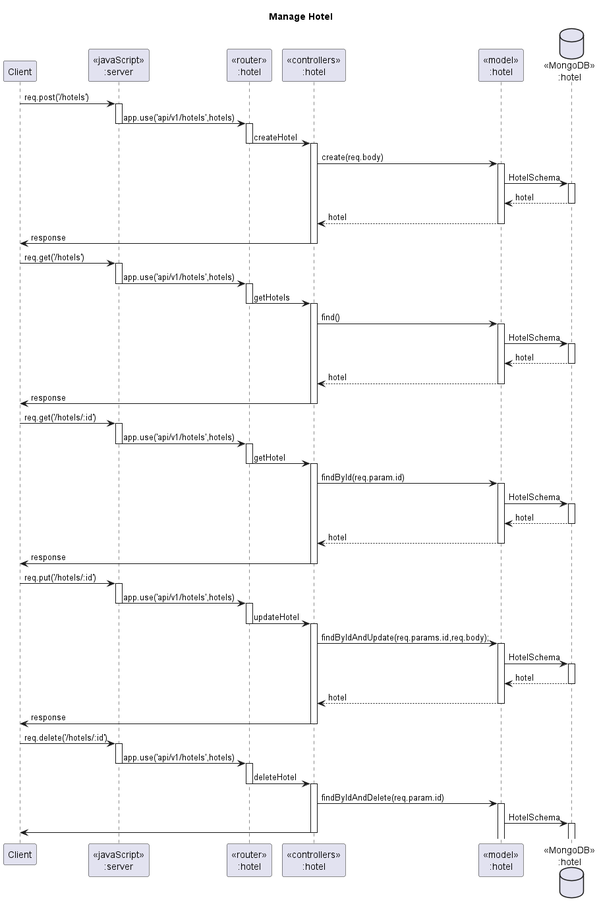
Earlier version of the PlantUML export WTFuml/out/HotelSequence/Manage Hotel.png (JongSinister/WTFramework). Its diagram source:
```plantuml
@startuml Manage Hotel

title "Manage Hotel"

participant "Client" as client
participant "<<javaScript>>\n:server" as server
participant "<<router>>\n:hotel" as auth
participant "<<controllers>>\n:hotel" as controllerHotels
participant "<<model>>\n:hotel" as modelHotel
database "<<MongoDB>>\n:hotel" as hotelDatabase

client->server ++:req.post('/hotels')
server->auth --++:app.use('api/v1/hotels',hotels)
auth -> controllerHotels --++:createHotel
controllerHotels->modelHotel ++:create(req.body)
modelHotel ->hotelDatabase ++: HotelSchema
hotelDatabase --> modelHotel --: hotel
controllerHotels <-- modelHotel --:hotel
controllerHotels->client --:response

client->server ++:req.get('/hotels')
server->auth --++:app.use('api/v1/hotels',hotels)
auth -> controllerHotels --++:getHotels
controllerHotels->modelHotel ++:find()
modelHotel ->hotelDatabase ++: HotelSchema
hotelDatabase --> modelHotel --: hotel
controllerHotels <-- modelHotel --:hotel
controllerHotels->client --:response

client->server ++:req.get('/hotels/:id')
server->auth --++:app.use('api/v1/hotels',hotels)
auth -> controllerHotels --++:getHotel
controllerHotels->modelHotel ++:findById(req.param.id)
modelHotel ->hotelDatabase ++: HotelSchema
hotelDatabase --> modelHotel --: hotel
controllerHotels <-- modelHotel --:hotel
controllerHotels->client --:response

client->server ++:req.put('/hotels/:id')
server->auth --++:app.use('api/v1/hotels',hotels)
auth -> controllerHotels --++:updateHotel
controllerHotels->modelHotel ++:findByIdAndUpdate(req.params.id,req.body);
modelHotel ->hotelDatabase ++: HotelSchema
hotelDatabase --> modelHotel --: hotel
controllerHotels <-- modelHotel --:hotel
controllerHotels->client --:response

client->server ++:req.delete('/hotels/:id')
server->auth --++:app.use('api/v1/hotels',hotels)
auth -> controllerHotels --++:deleteHotel
controllerHotels->modelHotel ++:findByIdAndDelete(req.param.id)
modelHotel ->hotelDatabase ++: HotelSchema
controllerHotels->client --:


@enduml
```
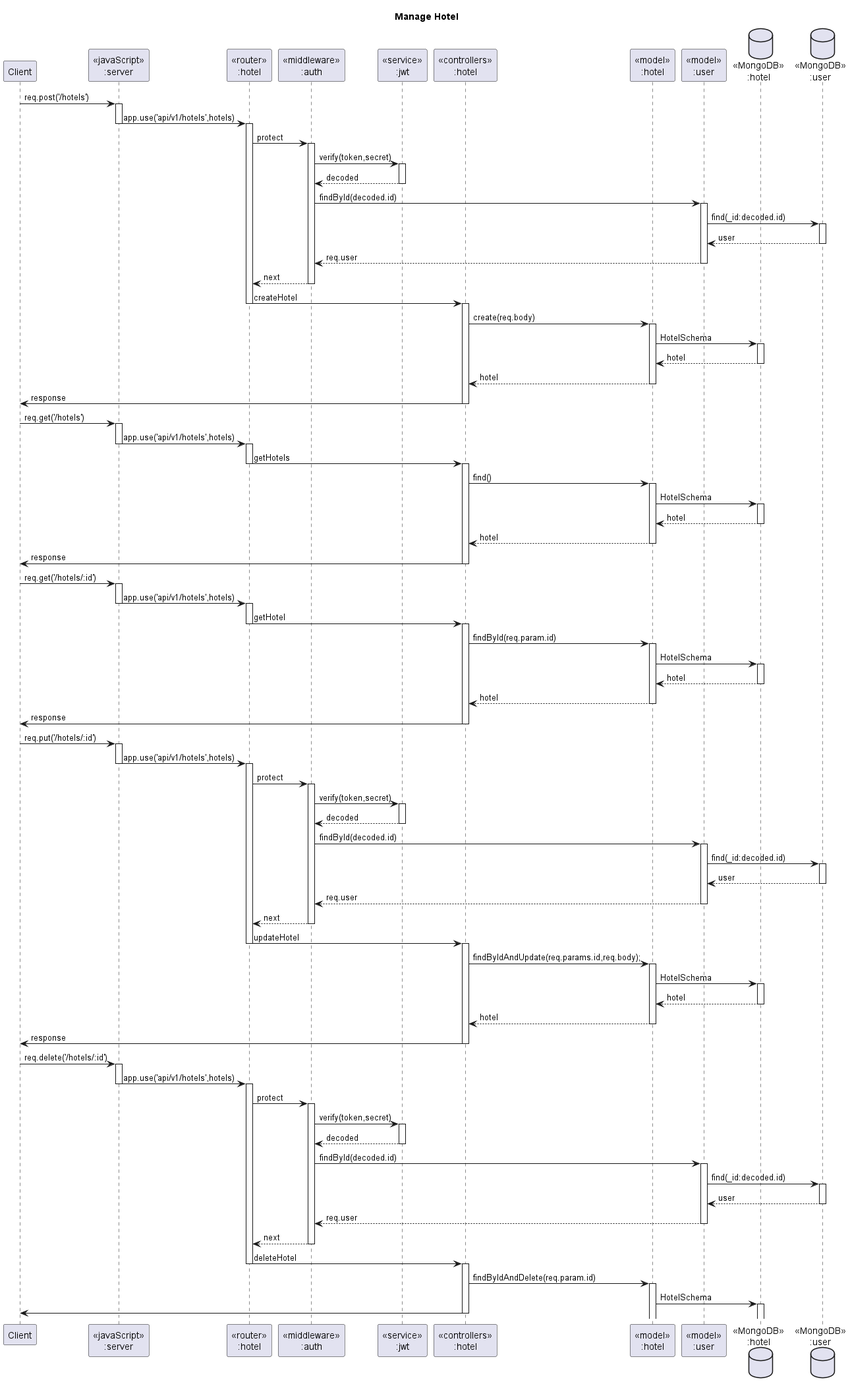
After the commit.

The edit, as a diff of the source:
```diff
@@ -4,14 +4,26 @@
 
 participant "Client" as client
 participant "<<javaScript>>\n:server" as server
-participant "<<router>>\n:hotel" as auth
+participant "<<router>>\n:hotel" as hotel
+participant "<<middleware>>\n:auth" as middleware
+participant "<<service>>\n:jwt" as jwt
 participant "<<controllers>>\n:hotel" as controllerHotels
 participant "<<model>>\n:hotel" as modelHotel
+participant "<<model>>\n:user" as modelUser
 database "<<MongoDB>>\n:hotel" as hotelDatabase
+database "<<MongoDB>>\n:user" as userDatabase
 
 client->server ++:req.post('/hotels')
-server->auth --++:app.use('api/v1/hotels',hotels)
-auth -> controllerHotels --++:createHotel
+server->hotel --++:app.use('api/v1/hotels',hotels)
+hotel->middleware ++:protect
+middleware->jwt ++:verify(token,secret)
+jwt-->middleware --: decoded
+middleware->modelUser ++:findById(decoded.id)
+modelUser -> userDatabase ++:find(_id:decoded.id)
+userDatabase --> modelUser --:user
+modelUser-->middleware --:req.user
+middleware-->hotel --:next
+hotel -> controllerHotels --++:createHotel
 controllerHotels->modelHotel ++:create(req.body)
 modelHotel ->hotelDatabase ++: HotelSchema
 hotelDatabase --> modelHotel --: hotel
@@ -19,8 +31,8 @@
 controllerHotels->client --:response
 
 client->server ++:req.get('/hotels')
-server->auth --++:app.use('api/v1/hotels',hotels)
-auth -> controllerHotels --++:getHotels
+server->hotel --++:app.use('api/v1/hotels',hotels)
+hotel -> controllerHotels --++:getHotels
 controllerHotels->modelHotel ++:find()
 modelHotel ->hotelDatabase ++: HotelSchema
 hotelDatabase --> modelHotel --: hotel
@@ -28,8 +40,8 @@
 controllerHotels->client --:response
 
 client->server ++:req.get('/hotels/:id')
-server->auth --++:app.use('api/v1/hotels',hotels)
-auth -> controllerHotels --++:getHotel
+server->hotel --++:app.use('api/v1/hotels',hotels)
+hotel -> controllerHotels --++:getHotel
 controllerHotels->modelHotel ++:findById(req.param.id)
 modelHotel ->hotelDatabase ++: HotelSchema
 hotelDatabase --> modelHotel --: hotel
@@ -37,8 +49,16 @@
 controllerHotels->client --:response
 
 client->server ++:req.put('/hotels/:id')
-server->auth --++:app.use('api/v1/hotels',hotels)
-auth -> controllerHotels --++:updateHotel
+server->hotel --++:app.use('api/v1/hotels',hotels)
+hotel->middleware ++:protect
+middleware->jwt ++:verify(token,secret)
+jwt-->middleware --: decoded
+middleware->modelUser ++:findById(decoded.id)
+modelUser -> userDatabase ++:find(_id:decoded.id)
+userDatabase --> modelUser --:user
+modelUser-->middleware --:req.user
+middleware-->hotel --:next
+hotel -> controllerHotels --++:updateHotel
 controllerHotels->modelHotel ++:findByIdAndUpdate(req.params.id,req.body);
 modelHotel ->hotelDatabase ++: HotelSchema
 hotelDatabase --> modelHotel --: hotel
@@ -46,8 +66,16 @@
 controllerHotels->client --:response
 
 client->server ++:req.delete('/hotels/:id')
-server->auth --++:app.use('api/v1/hotels',hotels)
-auth -> controllerHotels --++:deleteHotel
+server->hotel --++:app.use('api/v1/hotels',hotels)
+hotel->middleware ++:protect
+middleware->jwt ++:verify(token,secret)
+jwt-->middleware --: decoded
+middleware->modelUser ++:findById(decoded.id)
+modelUser -> userDatabase ++:find(_id:decoded.id)
+userDatabase --> modelUser --:user
+modelUser-->middleware --:req.user
+middleware-->hotel --:next
+hotel -> controllerHotels --++:deleteHotel
 controllerHotels->modelHotel ++:findByIdAndDelete(req.param.id)
 modelHotel ->hotelDatabase ++: HotelSchema
 controllerHotels->client --:
```
